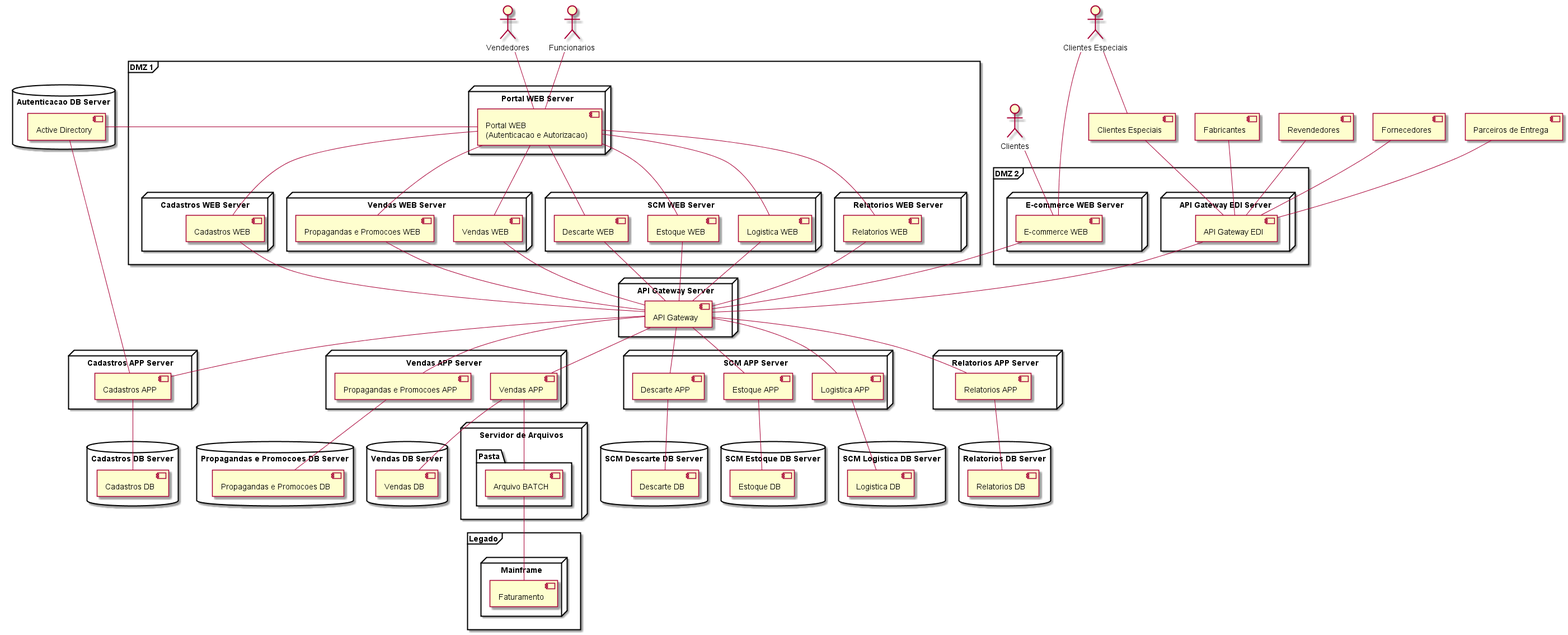
The PlantUML diagram arquitetura/ferramentas/PlantUML/script.png in herberton/tcc, before a commit.
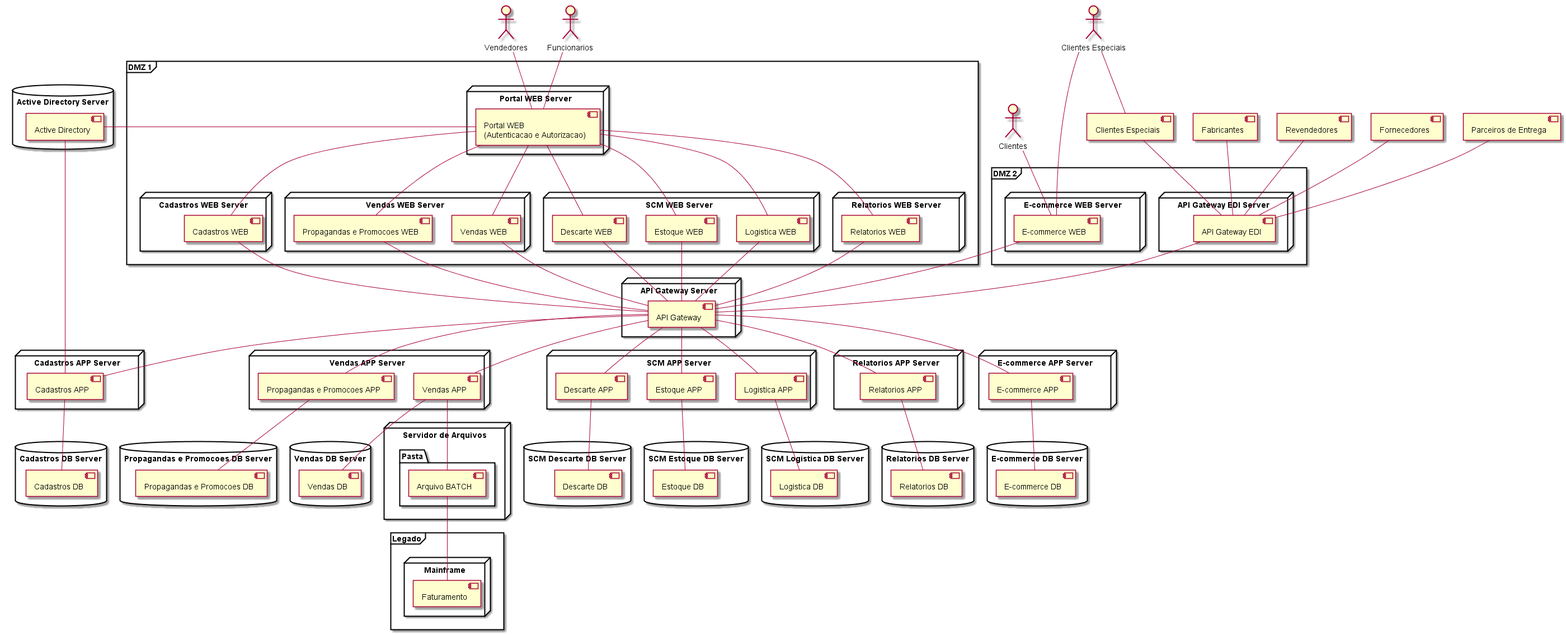
Above is the later version.

Commit message:
atualizacao diagrama de componentes

The edit, as a diff of the source:
```diff
@@ -2,16 +2,16 @@
 
 	skinparam componentStyle uml2
 
-	actor Clientes				as AC
-	actor :Clientes Especiais: 				as ACE
-	actor :Vendedores:			as AV
-	actor :Funcionarios:		as AF
+	actor Clientes								as AC
+	actor :Clientes Especiais: 					as ACE
+	actor :Vendedores:							as AV
+	actor :Funcionarios:						as AF
 
-	[Clientes Especiais] 	as CCE
-	[Fabricantes] 			as CFA
-	[Revendedores] 			as CR
-	[Fornecedores] 			as CFO
-	[Parceiros de Entrega] 	as CPE
+	[Clientes Especiais] 						as CCE
+	[Fabricantes] 								as CFA
+	[Revendedores] 								as CR
+	[Fornecedores] 								as CFO
+	[Parceiros de Entrega] 						as CPE
 
 
 
@@ -72,8 +72,11 @@
 		node "Relatorios APP Server" {
 			[Relatorios APP] 					as CAR
 		}
+		node "E-commerce APP Server" {
+			[E-commerce APP] 					as CAEC
+		}
 
-		database  "Autenticacao DB Server" {
+		database  "Active Directory Server" {
 			[Active Directory] 					as AD
 		}
 
@@ -98,6 +101,9 @@
 		database  "Relatorios DB Server" {
 			[Relatorios DB] 					as CDR
 		}
+		database  "E-commerce DB Server" {
+			[E-commerce DB] 					as CDEC
+		}
 
 		frame "Legado" {
 			node "Mainframe" {
@@ -107,7 +113,7 @@
 
 		node "Servidor de Arquivos" {
 			folder "Pasta" {
-				[Arquivo BATCH]						as ARQ
+				[Arquivo BATCH]					as ARQ
 			}
 		}
 
@@ -137,6 +143,7 @@
 		CAD -up- CAG
 		CAL -up- CAG
 		CAR -up- CAG
+		CAEC -up- CAG
 
 		CAC	-down- CDC
 		CAV -down- CDV
@@ -145,6 +152,7 @@
 		CAD -down- CDD
 		CAL -down- CDL
 		CAR -down- CDR
+		CAEC -down- CDEC
 
 		CWAA -left- AD
 		CAC -up- AD
```
